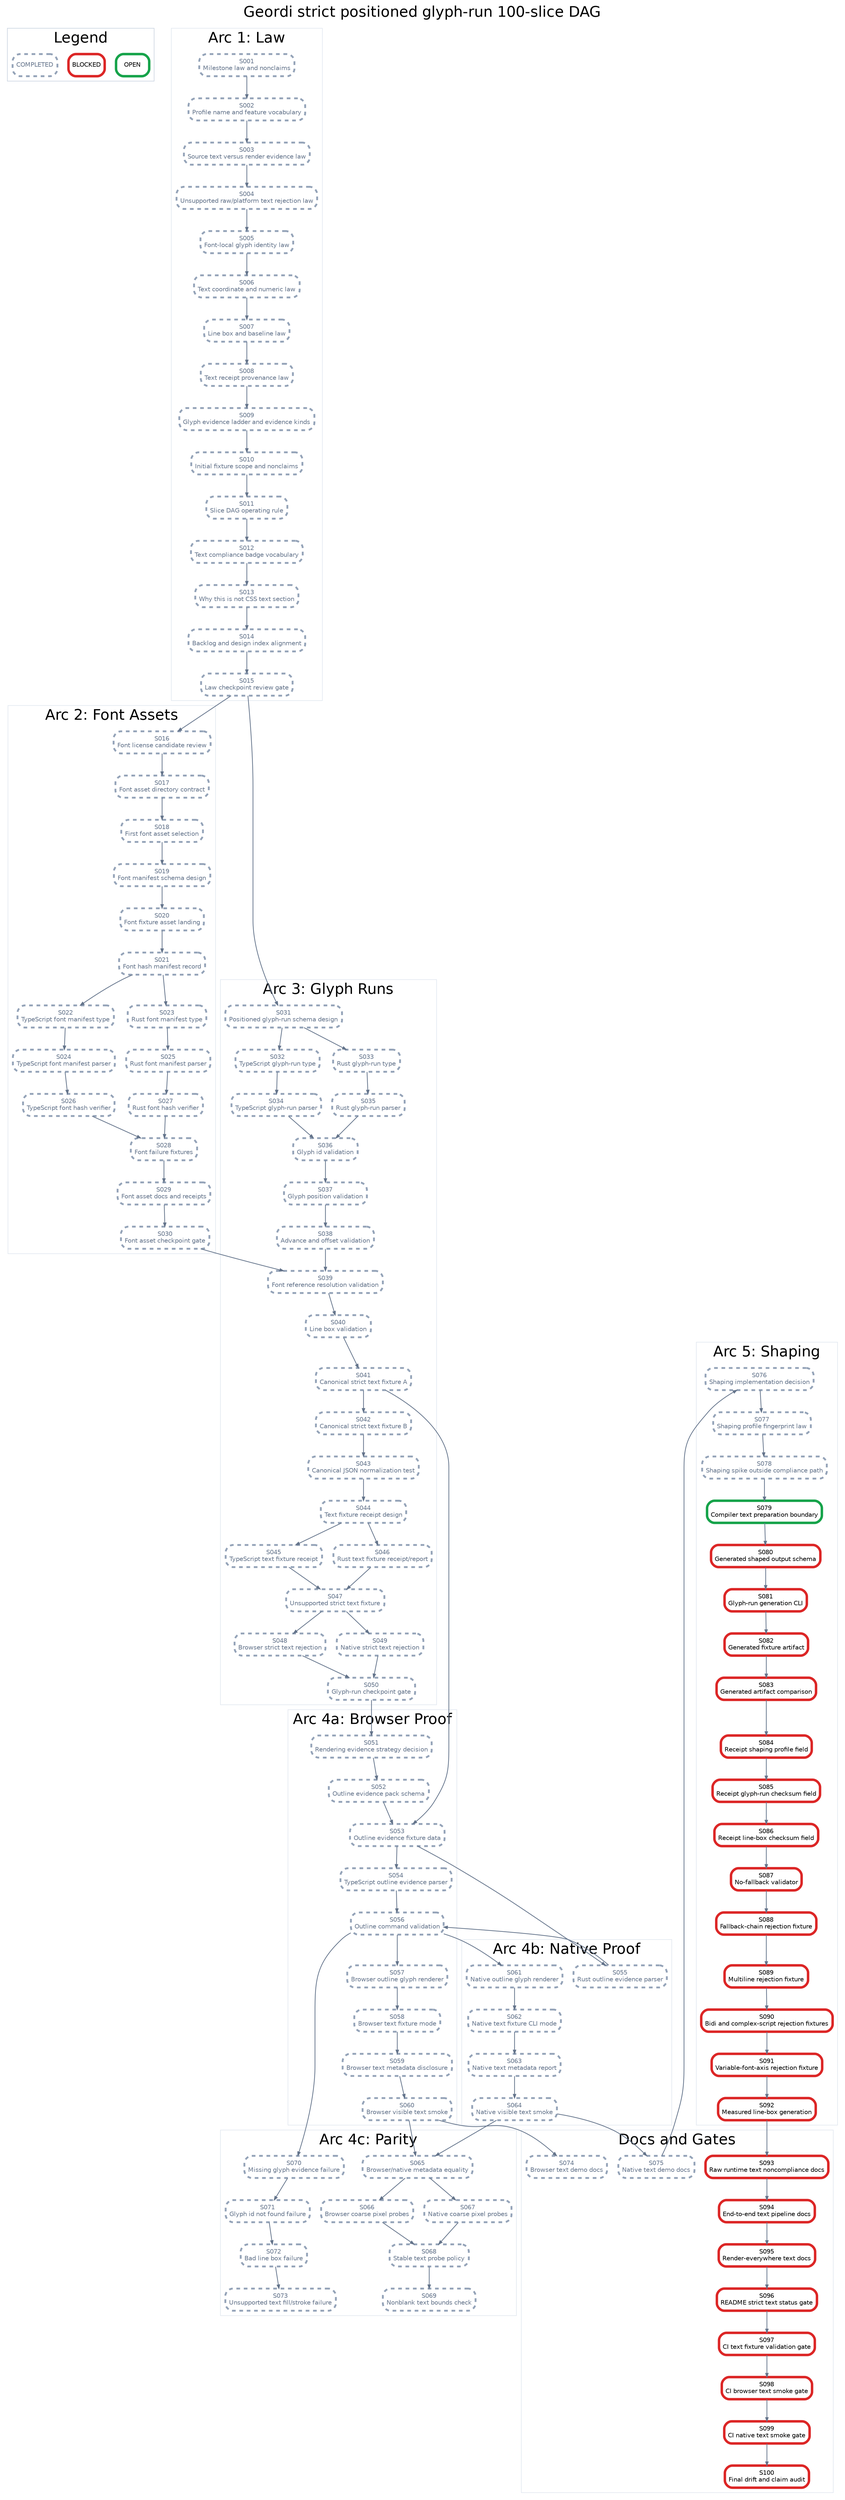
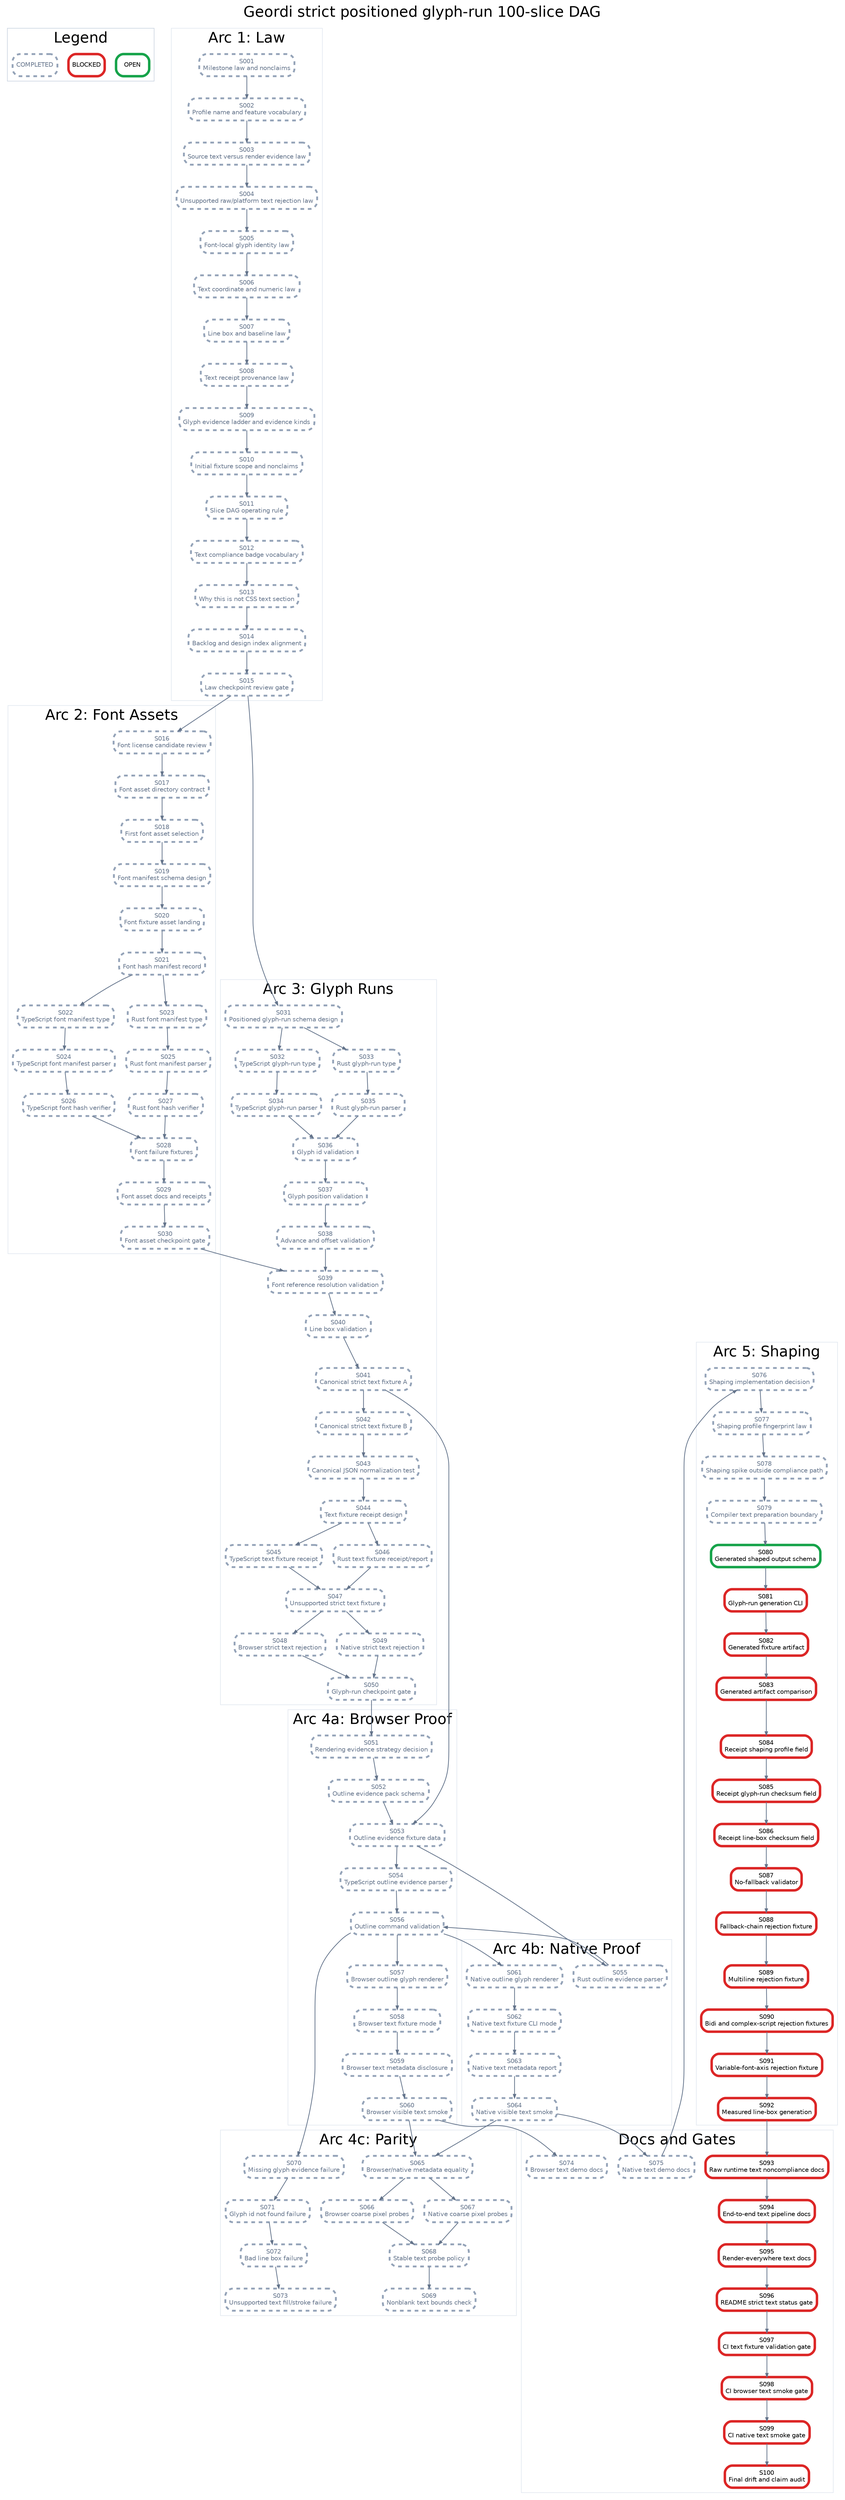
digraph StrictPositionedGlyphRunPlan {
  graph [rankdir=TB, bgcolor="white", fontname="Helvetica", label="Geordi strict positioned glyph-run 100-slice DAG", labelloc="t", fontsize=24];
  node [shape=box, style="rounded,filled", fillcolor="white", fontname="Helvetica", fontsize=10, margin="0.08,0.05"];
  edge [color="#64748b", arrowsize=0.6, penwidth=1.2];

  subgraph cluster_legend {
    label="Legend";
    color="#cbd5e1";
    legend_open [label="OPEN", color="#16a34a", penwidth=4];
    legend_blocked [label="BLOCKED", color="#dc2626", penwidth=4];
    legend_done [label="COMPLETED", color="#94a3b8", penwidth=3, style="rounded,filled,dashed", fontcolor="#64748b"];
  }

  subgraph cluster_law {
    label="Arc 1: Law";
    color="#e2e8f0";
    S001 [label="S001\nMilestone law and nonclaims", color="#94a3b8", penwidth=3, style="rounded,filled,dashed", fontcolor="#64748b"];
    S002 [label="S002\nProfile name and feature vocabulary", color="#94a3b8", penwidth=3, style="rounded,filled,dashed", fontcolor="#64748b"];
    S003 [label="S003\nSource text versus render evidence law", color="#94a3b8", penwidth=3, style="rounded,filled,dashed", fontcolor="#64748b"];
    S004 [label="S004\nUnsupported raw/platform text rejection law", color="#94a3b8", penwidth=3, style="rounded,filled,dashed", fontcolor="#64748b"];
    S005 [label="S005\nFont-local glyph identity law", color="#94a3b8", penwidth=3, style="rounded,filled,dashed", fontcolor="#64748b"];
    S006 [label="S006\nText coordinate and numeric law", color="#94a3b8", penwidth=3, style="rounded,filled,dashed", fontcolor="#64748b"];
    S007 [label="S007\nLine box and baseline law", color="#94a3b8", penwidth=3, style="rounded,filled,dashed", fontcolor="#64748b"];
    S008 [label="S008\nText receipt provenance law", color="#94a3b8", penwidth=3, style="rounded,filled,dashed", fontcolor="#64748b"];
    S009 [label="S009\nGlyph evidence ladder and evidence kinds", color="#94a3b8", penwidth=3, style="rounded,filled,dashed", fontcolor="#64748b"];
    S010 [label="S010\nInitial fixture scope and nonclaims", color="#94a3b8", penwidth=3, style="rounded,filled,dashed", fontcolor="#64748b"];
    S011 [label="S011\nSlice DAG operating rule", color="#94a3b8", penwidth=3, style="rounded,filled,dashed", fontcolor="#64748b"];
    S012 [label="S012\nText compliance badge vocabulary", color="#94a3b8", penwidth=3, style="rounded,filled,dashed", fontcolor="#64748b"];
    S013 [label="S013\nWhy this is not CSS text section", color="#94a3b8", penwidth=3, style="rounded,filled,dashed", fontcolor="#64748b"];
    S014 [label="S014\nBacklog and design index alignment", color="#94a3b8", penwidth=3, style="rounded,filled,dashed", fontcolor="#64748b"];
    S015 [label="S015\nLaw checkpoint review gate", color="#94a3b8", penwidth=3, style="rounded,filled,dashed", fontcolor="#64748b"];
  }

  subgraph cluster_assets {
    label="Arc 2: Font Assets";
    color="#e2e8f0";
    S016 [label="S016\nFont license candidate review", color="#94a3b8", penwidth=3, style="rounded,filled,dashed", fontcolor="#64748b"];
    S017 [label="S017\nFont asset directory contract", color="#94a3b8", penwidth=3, style="rounded,filled,dashed", fontcolor="#64748b"];
    S018 [label="S018\nFirst font asset selection", color="#94a3b8", penwidth=3, style="rounded,filled,dashed", fontcolor="#64748b"];
    S019 [label="S019\nFont manifest schema design", color="#94a3b8", penwidth=3, style="rounded,filled,dashed", fontcolor="#64748b"];
    S020 [label="S020\nFont fixture asset landing", color="#94a3b8", penwidth=3, style="rounded,filled,dashed", fontcolor="#64748b"];
    S021 [label="S021\nFont hash manifest record", color="#94a3b8", penwidth=3, style="rounded,filled,dashed", fontcolor="#64748b"];
    S022 [label="S022\nTypeScript font manifest type", color="#94a3b8", penwidth=3, style="rounded,filled,dashed", fontcolor="#64748b"];
    S023 [label="S023\nRust font manifest type", color="#94a3b8", penwidth=3, style="rounded,filled,dashed", fontcolor="#64748b"];
    S024 [label="S024\nTypeScript font manifest parser", color="#94a3b8", penwidth=3, style="rounded,filled,dashed", fontcolor="#64748b"];
    S025 [label="S025\nRust font manifest parser", color="#94a3b8", penwidth=3, style="rounded,filled,dashed", fontcolor="#64748b"];
    S026 [label="S026\nTypeScript font hash verifier", color="#94a3b8", penwidth=3, style="rounded,filled,dashed", fontcolor="#64748b"];
    S027 [label="S027\nRust font hash verifier", color="#94a3b8", penwidth=3, style="rounded,filled,dashed", fontcolor="#64748b"];
    S028 [label="S028\nFont failure fixtures", color="#94a3b8", penwidth=3, style="rounded,filled,dashed", fontcolor="#64748b"];
    S029 [label="S029\nFont asset docs and receipts", color="#94a3b8", penwidth=3, style="rounded,filled,dashed", fontcolor="#64748b"];
    S030 [label="S030\nFont asset checkpoint gate", color="#94a3b8", penwidth=3, style="rounded,filled,dashed", fontcolor="#64748b"];
  }

  subgraph cluster_glyph {
    label="Arc 3: Glyph Runs";
    color="#e2e8f0";
    S031 [label="S031\nPositioned glyph-run schema design", color="#94a3b8", penwidth=3, style="rounded,filled,dashed", fontcolor="#64748b"];
    S032 [label="S032\nTypeScript glyph-run type", color="#94a3b8", penwidth=3, style="rounded,filled,dashed", fontcolor="#64748b"];
    S033 [label="S033\nRust glyph-run type", color="#94a3b8", penwidth=3, style="rounded,filled,dashed", fontcolor="#64748b"];
    S034 [label="S034\nTypeScript glyph-run parser", color="#94a3b8", penwidth=3, style="rounded,filled,dashed", fontcolor="#64748b"];
    S035 [label="S035\nRust glyph-run parser", color="#94a3b8", penwidth=3, style="rounded,filled,dashed", fontcolor="#64748b"];
    S036 [label="S036\nGlyph id validation", color="#94a3b8", penwidth=3, style="rounded,filled,dashed", fontcolor="#64748b"];
    S037 [label="S037\nGlyph position validation", color="#94a3b8", penwidth=3, style="rounded,filled,dashed", fontcolor="#64748b"];
    S038 [label="S038\nAdvance and offset validation", color="#94a3b8", penwidth=3, style="rounded,filled,dashed", fontcolor="#64748b"];
    S039 [label="S039\nFont reference resolution validation", color="#94a3b8", penwidth=3, style="rounded,filled,dashed", fontcolor="#64748b"];
    S040 [label="S040\nLine box validation", color="#94a3b8", penwidth=3, style="rounded,filled,dashed", fontcolor="#64748b"];
    S041 [label="S041\nCanonical strict text fixture A", color="#94a3b8", penwidth=3, style="rounded,filled,dashed", fontcolor="#64748b"];
    S042 [label="S042\nCanonical strict text fixture B", color="#94a3b8", penwidth=3, style="rounded,filled,dashed", fontcolor="#64748b"];
    S043 [label="S043\nCanonical JSON normalization test", color="#94a3b8", penwidth=3, style="rounded,filled,dashed", fontcolor="#64748b"];
    S044 [label="S044\nText fixture receipt design", color="#94a3b8", penwidth=3, style="rounded,filled,dashed", fontcolor="#64748b"];
    S045 [label="S045\nTypeScript text fixture receipt", color="#94a3b8", penwidth=3, style="rounded,filled,dashed", fontcolor="#64748b"];
    S046 [label="S046\nRust text fixture receipt/report", color="#94a3b8", penwidth=3, style="rounded,filled,dashed", fontcolor="#64748b"];
    S047 [label="S047\nUnsupported strict text fixture", color="#94a3b8", penwidth=3, style="rounded,filled,dashed", fontcolor="#64748b"];
    S048 [label="S048\nBrowser strict text rejection", color="#94a3b8", penwidth=3, style="rounded,filled,dashed", fontcolor="#64748b"];
    S049 [label="S049\nNative strict text rejection", color="#94a3b8", penwidth=3, style="rounded,filled,dashed", fontcolor="#64748b"];
    S050 [label="S050\nGlyph-run checkpoint gate", color="#94a3b8", penwidth=3, style="rounded,filled,dashed", fontcolor="#64748b"];
  }

  subgraph cluster_browser {
    label="Arc 4a: Browser Proof";
    color="#e2e8f0";
    S051 [label="S051\nRendering evidence strategy decision", color="#94a3b8", penwidth=3, style="rounded,filled,dashed", fontcolor="#64748b"];
    S052 [label="S052\nOutline evidence pack schema", color="#94a3b8", penwidth=3, style="rounded,filled,dashed", fontcolor="#64748b"];
    S053 [label="S053\nOutline evidence fixture data", color="#94a3b8", penwidth=3, style="rounded,filled,dashed", fontcolor="#64748b"];
    S054 [label="S054\nTypeScript outline evidence parser", color="#94a3b8", penwidth=3, style="rounded,filled,dashed", fontcolor="#64748b"];
    S056 [label="S056\nOutline command validation", color="#94a3b8", penwidth=3, style="rounded,filled,dashed", fontcolor="#64748b"];
    S057 [label="S057\nBrowser outline glyph renderer", color="#94a3b8", penwidth=3, style="rounded,filled,dashed", fontcolor="#64748b"];
    S058 [label="S058\nBrowser text fixture mode", color="#94a3b8", penwidth=3, style="rounded,filled,dashed", fontcolor="#64748b"];
    S059 [label="S059\nBrowser text metadata disclosure", color="#94a3b8", penwidth=3, style="rounded,filled,dashed", fontcolor="#64748b"];
    S060 [label="S060\nBrowser visible text smoke", color="#94a3b8", penwidth=3, style="rounded,filled,dashed", fontcolor="#64748b"];
  }

  subgraph cluster_native {
    label="Arc 4b: Native Proof";
    color="#e2e8f0";
    S055 [label="S055\nRust outline evidence parser", color="#94a3b8", penwidth=3, style="rounded,filled,dashed", fontcolor="#64748b"];
    S061 [label="S061\nNative outline glyph renderer", color="#94a3b8", penwidth=3, style="rounded,filled,dashed", fontcolor="#64748b"];
    S062 [label="S062\nNative text fixture CLI mode", color="#94a3b8", penwidth=3, style="rounded,filled,dashed", fontcolor="#64748b"];
    S063 [label="S063\nNative text metadata report", color="#94a3b8", penwidth=3, style="rounded,filled,dashed", fontcolor="#64748b"];
    S064 [label="S064\nNative visible text smoke", color="#94a3b8", penwidth=3, style="rounded,filled,dashed", fontcolor="#64748b"];
  }

  subgraph cluster_parity {
    label="Arc 4c: Parity";
    color="#e2e8f0";
    S065 [label="S065\nBrowser/native metadata equality", color="#94a3b8", penwidth=3, style="rounded,filled,dashed", fontcolor="#64748b"];
    S066 [label="S066\nBrowser coarse pixel probes", color="#94a3b8", penwidth=3, style="rounded,filled,dashed", fontcolor="#64748b"];
    S067 [label="S067\nNative coarse pixel probes", color="#94a3b8", penwidth=3, style="rounded,filled,dashed", fontcolor="#64748b"];
    S068 [label="S068\nStable text probe policy", color="#94a3b8", penwidth=3, style="rounded,filled,dashed", fontcolor="#64748b"];
    S069 [label="S069\nNonblank text bounds check", color="#94a3b8", penwidth=3, style="rounded,filled,dashed", fontcolor="#64748b"];
    S070 [label="S070\nMissing glyph evidence failure", color="#94a3b8", penwidth=3, style="rounded,filled,dashed", fontcolor="#64748b"];
    S071 [label="S071\nGlyph id not found failure", color="#94a3b8", penwidth=3, style="rounded,filled,dashed", fontcolor="#64748b"];
    S072 [label="S072\nBad line box failure", color="#94a3b8", penwidth=3, style="rounded,filled,dashed", fontcolor="#64748b"];
    S073 [label="S073\nUnsupported text fill/stroke failure", color="#94a3b8", penwidth=3, style="rounded,filled,dashed", fontcolor="#64748b"];
  }

  subgraph cluster_shaping {
    label="Arc 5: Shaping";
    color="#e2e8f0";
    S076 [label="S076\nShaping implementation decision", color="#94a3b8", penwidth=3, style="rounded,filled,dashed", fontcolor="#64748b"];
    S077 [label="S077\nShaping profile fingerprint law", color="#94a3b8", penwidth=3, style="rounded,filled,dashed", fontcolor="#64748b"];
    S078 [label="S078\nShaping spike outside compliance path", color="#94a3b8", penwidth=3, style="rounded,filled,dashed", fontcolor="#64748b"];
-     S079 [label="S079\nCompiler text preparation boundary", color="#16a34a", penwidth=4];
-     S080 [label="S080\nGenerated shaped output schema", color="#dc2626", penwidth=4];
+     S079 [label="S079\nCompiler text preparation boundary", color="#94a3b8", penwidth=3, style="rounded,filled,dashed", fontcolor="#64748b"];
+     S080 [label="S080\nGenerated shaped output schema", color="#16a34a", penwidth=4];
    S081 [label="S081\nGlyph-run generation CLI", color="#dc2626", penwidth=4];
    S082 [label="S082\nGenerated fixture artifact", color="#dc2626", penwidth=4];
    S083 [label="S083\nGenerated artifact comparison", color="#dc2626", penwidth=4];
    S084 [label="S084\nReceipt shaping profile field", color="#dc2626", penwidth=4];
    S085 [label="S085\nReceipt glyph-run checksum field", color="#dc2626", penwidth=4];
    S086 [label="S086\nReceipt line-box checksum field", color="#dc2626", penwidth=4];
    S087 [label="S087\nNo-fallback validator", color="#dc2626", penwidth=4];
    S088 [label="S088\nFallback-chain rejection fixture", color="#dc2626", penwidth=4];
    S089 [label="S089\nMultiline rejection fixture", color="#dc2626", penwidth=4];
    S090 [label="S090\nBidi and complex-script rejection fixtures", color="#dc2626", penwidth=4];
    S091 [label="S091\nVariable-font-axis rejection fixture", color="#dc2626", penwidth=4];
    S092 [label="S092\nMeasured line-box generation", color="#dc2626", penwidth=4];
  }

  subgraph cluster_docs {
    label="Docs and Gates";
    color="#e2e8f0";
    S074 [label="S074\nBrowser text demo docs", color="#94a3b8", penwidth=3, style="rounded,filled,dashed", fontcolor="#64748b"];
    S075 [label="S075\nNative text demo docs", color="#94a3b8", penwidth=3, style="rounded,filled,dashed", fontcolor="#64748b"];
    S093 [label="S093\nRaw runtime text noncompliance docs", color="#dc2626", penwidth=4];
    S094 [label="S094\nEnd-to-end text pipeline docs", color="#dc2626", penwidth=4];
    S095 [label="S095\nRender-everywhere text docs", color="#dc2626", penwidth=4];
    S096 [label="S096\nREADME strict text status gate", color="#dc2626", penwidth=4];
    S097 [label="S097\nCI text fixture validation gate", color="#dc2626", penwidth=4];
    S098 [label="S098\nCI browser text smoke gate", color="#dc2626", penwidth=4];
    S099 [label="S099\nCI native text smoke gate", color="#dc2626", penwidth=4];
    S100 [label="S100\nFinal drift and claim audit", color="#dc2626", penwidth=4];
  }

  S001 -> S002;
  S002 -> S003;
  S003 -> S004;
  S004 -> S005;
  S005 -> S006;
  S006 -> S007;
  S007 -> S008;
  S008 -> S009;
  S009 -> S010;
  S010 -> S011;
  S011 -> S012;
  S012 -> S013;
  S013 -> S014;
  S014 -> S015;
  S015 -> S016;
  S016 -> S017;
  S017 -> S018;
  S018 -> S019;
  S019 -> S020;
  S020 -> S021;
  S021 -> S022;
  S021 -> S023;
  S022 -> S024;
  S023 -> S025;
  S024 -> S026;
  S025 -> S027;
  S026 -> S028;
  S027 -> S028;
  S028 -> S029;
  S029 -> S030;
  S015 -> S031;
  S031 -> S032;
  S031 -> S033;
  S032 -> S034;
  S033 -> S035;
  S034 -> S036;
  S035 -> S036;
  S036 -> S037;
  S037 -> S038;
  S038 -> S039;
  S039 -> S040;
  S030 -> S039;
  S040 -> S041;
  S041 -> S042;
  S042 -> S043;
  S043 -> S044;
  S044 -> S045;
  S044 -> S046;
  S045 -> S047;
  S046 -> S047;
  S047 -> S048;
  S047 -> S049;
  S048 -> S050;
  S049 -> S050;
  S050 -> S051;
  S051 -> S052;
  S052 -> S053;
  S041 -> S053;
  S053 -> S054;
  S053 -> S055;
  S054 -> S056;
  S055 -> S056;
  S056 -> S057;
  S057 -> S058;
  S058 -> S059;
  S059 -> S060;
  S056 -> S061;
  S061 -> S062;
  S062 -> S063;
  S063 -> S064;
  S060 -> S065;
  S064 -> S065;
  S065 -> S066;
  S065 -> S067;
  S066 -> S068;
  S067 -> S068;
  S068 -> S069;
  S056 -> S070;
  S070 -> S071;
  S071 -> S072;
  S072 -> S073;
  S060 -> S074;
  S064 -> S075;
  S075 -> S076;
  S076 -> S077;
  S077 -> S078;
  S078 -> S079;
  S079 -> S080;
  S080 -> S081;
  S081 -> S082;
  S082 -> S083;
  S083 -> S084;
  S084 -> S085;
  S085 -> S086;
  S086 -> S087;
  S087 -> S088;
  S088 -> S089;
  S089 -> S090;
  S090 -> S091;
  S091 -> S092;
  S092 -> S093;
  S093 -> S094;
  S094 -> S095;
  S095 -> S096;
  S096 -> S097;
  S097 -> S098;
  S098 -> S099;
  S099 -> S100;
}
